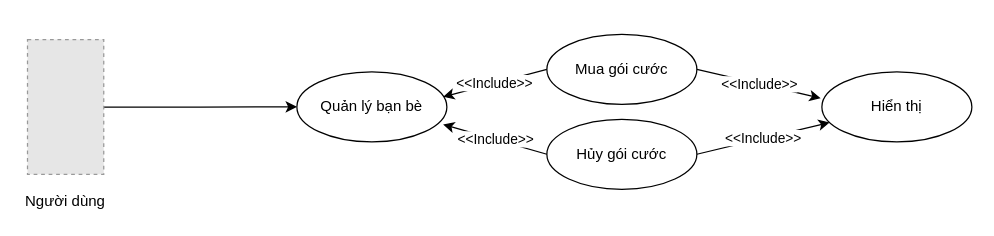
frozenproof/dactaphanmem keeps this draw.io diagram as phac thao do an cuoi cung/use case gói cước.drawio. Above is the earlier version. Source tidied: cells renumbered, new cells numbered last; positions are measured from the earlier drawing's top-left corner, leaving out a move shared by most shapes. Both pictures are drawn from the tidied source at 125%, with x=0, y=0 at pixel (21, 34). Pictures stored in the file or linked from it are replaced by grey dashed boxes.
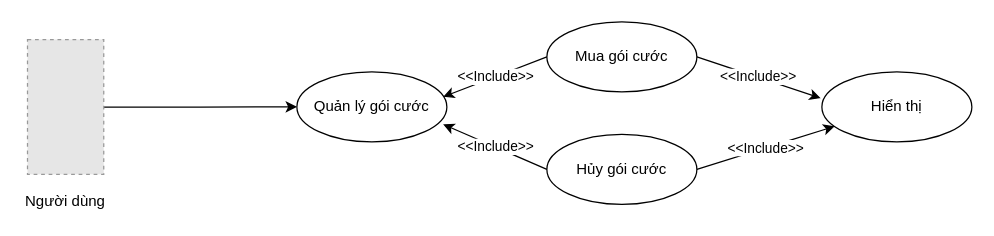
The same page after the edit.

Change to the diagram source:
```diff
@@
 <mxGraphModel>
   <root>
     <mxCell id="0" />
     <mxCell id="1" parent="0" />
     <mxCell id="2" value="Người dùng" style="text;html=1;align=center;verticalAlign=middle;whiteSpace=wrap;rounded=0;" parent="1" vertex="1">
       <mxGeometry y="123.9" width="70" height="20" as="geometry" />
     </mxCell>
     <mxCell id="3" style="edgeStyle=orthogonalEdgeStyle;rounded=0;jettySize=auto;html=1;entryX=0;entryY=0.5;entryDx=0;entryDy=0;" parent="1" edge="1" source="4" target="5">
       <mxGeometry relative="1" as="geometry" />
     </mxCell>
     <mxCell id="4" style="fillColor=#E6E6E6;strokeColor=#999999;dashed=1;verticalLabelPosition=bottom;labelBackgroundColor=default;verticalAlign=top;" parent="1" vertex="1">
       <mxGeometry x="4.5" y="4.1" width="61" height="107.9" as="geometry" />
     </mxCell>
-    <mxCell id="5" value="Quản lý bạn bè" style="ellipse;whiteSpace=wrap;html=1;" parent="1" vertex="1">
+    <mxCell id="5" value="Quản lý gói cước" style="ellipse;whiteSpace=wrap;html=1;" parent="1" vertex="1">
       <mxGeometry x="220" y="30" width="120" height="56" as="geometry" />
     </mxCell>
     <mxCell id="6" value="Mua gói cước" style="ellipse;whiteSpace=wrap;html=1;" parent="1" vertex="1">
-      <mxGeometry x="420" width="120" height="56" as="geometry" />
+      <mxGeometry x="420" y="-10" width="120" height="56" as="geometry" />
     </mxCell>
     <mxCell id="7" value="&amp;lt;&amp;lt;Include&amp;gt;&amp;gt;" style="endArrow=classic;html=1;rounded=0;exitX=0;exitY=0.5;exitDx=0;exitDy=0;entryX=0.975;entryY=0.357;entryDx=0;entryDy=0;entryPerimeter=0;" parent="1" edge="1" source="6" target="5">
       <mxGeometry relative="1" as="geometry" />
     </mxCell>
     <mxCell id="8" value="Hiển thị" style="ellipse;whiteSpace=wrap;html=1;" parent="1" vertex="1">
       <mxGeometry x="640" y="30" width="120" height="56" as="geometry" />
     </mxCell>
     <mxCell id="9" value="&amp;lt;&amp;lt;Include&amp;gt;&amp;gt;" style="endArrow=classic;html=1;rounded=0;exitX=1;exitY=0.5;exitDx=0;exitDy=0;entryX=-0.008;entryY=0.375;entryDx=0;entryDy=0;entryPerimeter=0;" parent="1" edge="1" source="6" target="8">
       <mxGeometry relative="1" as="geometry" />
     </mxCell>
     <mxCell id="10" value="Hủy gói cước" style="ellipse;whiteSpace=wrap;html=1;" parent="1" vertex="1">
-      <mxGeometry x="420" y="67.9" width="120" height="56" as="geometry" />
+      <mxGeometry x="420" y="80" width="120" height="56" as="geometry" />
     </mxCell>
     <mxCell id="11" value="&amp;lt;&amp;lt;Include&amp;gt;&amp;gt;" style="endArrow=classic;html=1;rounded=0;exitX=0;exitY=0.5;exitDx=0;exitDy=0;entryX=0.975;entryY=0.75;entryDx=0;entryDy=0;entryPerimeter=0;" parent="1" edge="1" source="10" target="5">
       <mxGeometry relative="1" as="geometry" />
     </mxCell>
     <mxCell id="12" value="&amp;lt;&amp;lt;Include&amp;gt;&amp;gt;" style="endArrow=classic;html=1;rounded=0;exitX=1;exitY=0.5;exitDx=0;exitDy=0;" parent="1" edge="1" source="10" target="8">
       <mxGeometry relative="1" as="geometry" />
     </mxCell>
   </root>
 </mxGraphModel>
```
